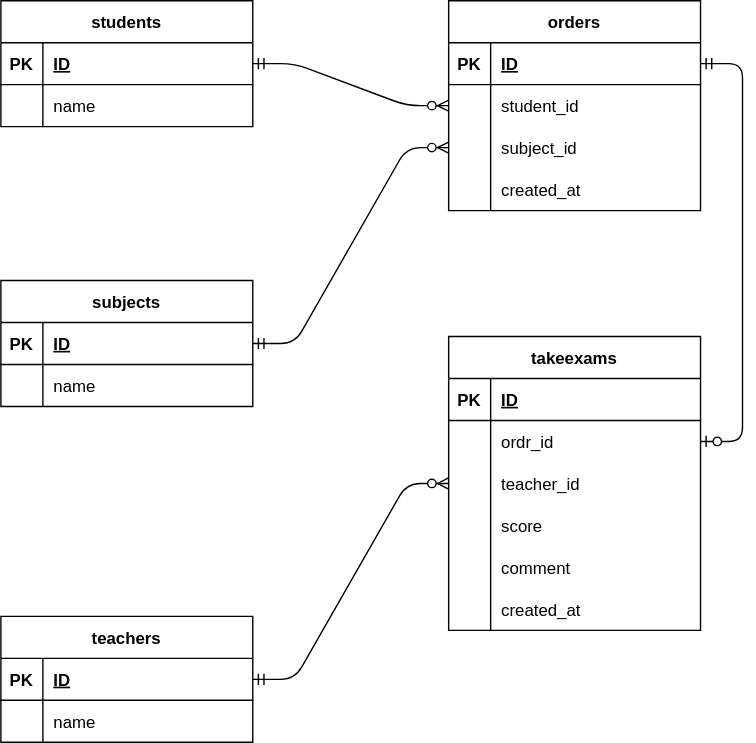
The draw.io diagram exercise.drawio.svg in yskabye/20220704ooki, before a commit. Source tidied: cells renumbered, new cells last; positions are measured from the earlier drawing's top-left corner, leaving out a move shared by most shapes.
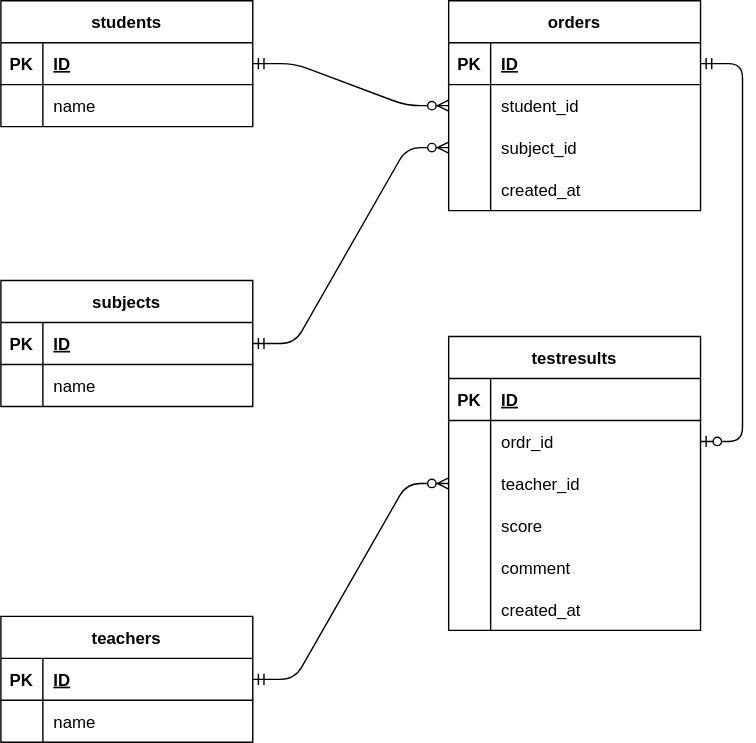
After the commit.

What changed in the source:
```diff
@@ -89,7 +89,7 @@
     <mxCell id="30" style="edgeStyle=entityRelationEdgeStyle;fontSize=12;html=1;endArrow=ERzeroToMany;startArrow=ERmandOne;exitX=1;exitY=0.5;exitDx=0;exitDy=0;entryX=0;entryY=0.5;entryDx=0;entryDy=0;" parent="1" edge="1" source="16" target="9">
       <mxGeometry relative="1" as="geometry" />
     </mxCell>
-    <mxCell id="31" value="takeexams" style="shape=table;startSize=30;rowLines=0;fontStyle=1;align=center;" parent="1" vertex="1">
+    <mxCell id="31" value="testresults" style="shape=table;startSize=30;rowLines=0;fontStyle=1;align=center;" parent="1" vertex="1">
       <mxGeometry x="320" y="240" width="180" height="210" as="geometry" />
     </mxCell>
     <mxCell id="32" style="shape=partialRectangle;fillColor=none;top=0;left=0;bottom=1;right=0;" parent="31" vertex="1">
```
